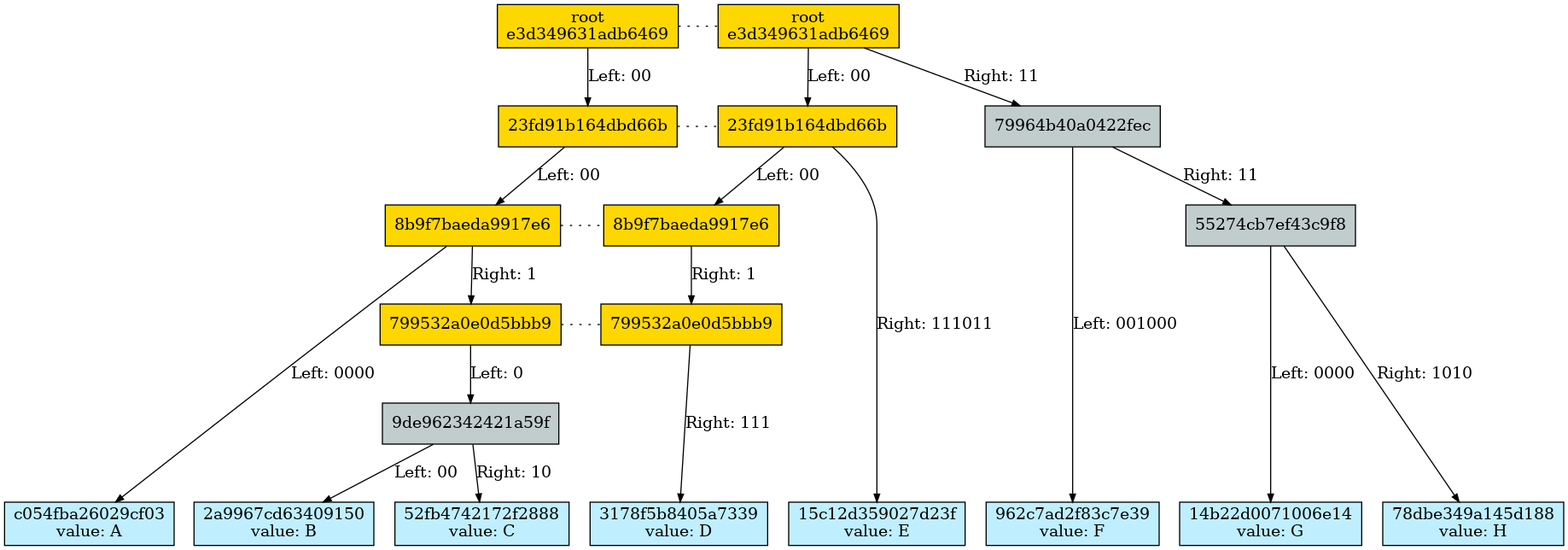
Above: docs/merkle_tree/split_details/6_split_4.dot.png in juicebox-systems/juicebox-hsm-realm (Graphviz), before the change. Its source is kept beside it as docs/merkle_tree/split_details/6_split_4.dot.
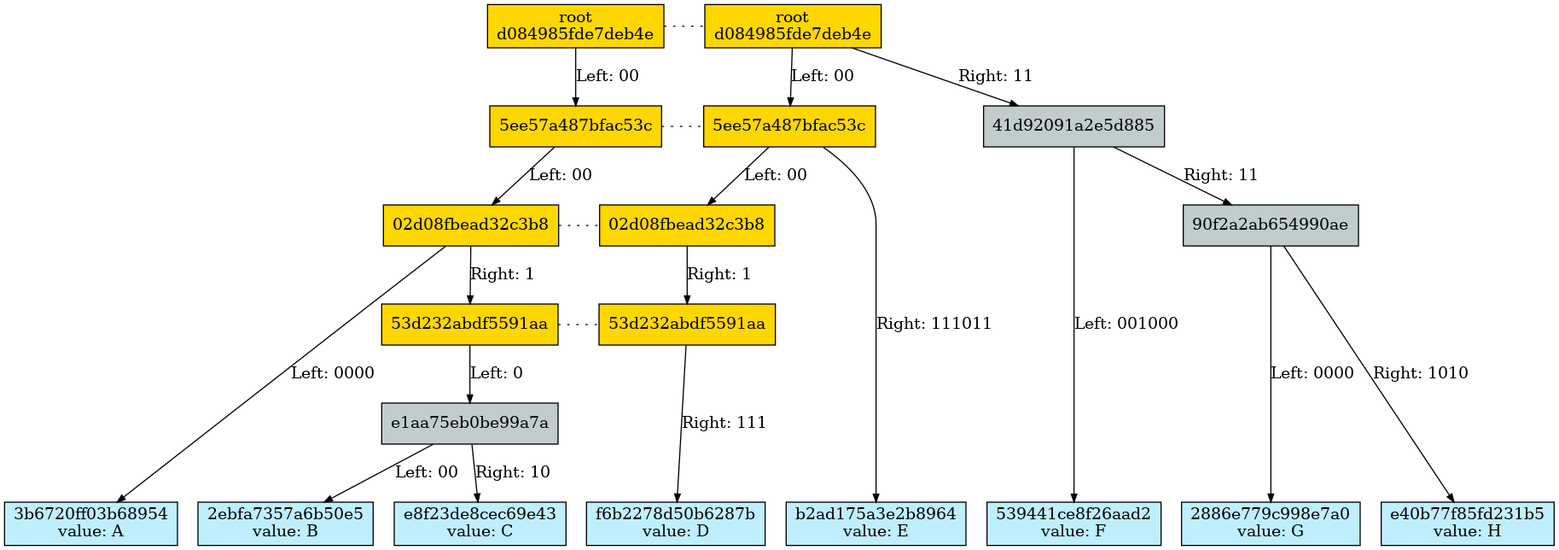
After the change.

Diff of the diagram source:
```diff
@@ -1,103 +1,103 @@
 Digraph merkletree {
 
-he3d349631adb6469_2 [fillcolor=gold1 label="root\ne3d349631adb6469" ordering=out shape=box style=filled ];
-h23fd91b164dbd66b_2 [fillcolor=gold1 label="23fd91b164dbd66b" ordering=out shape=box style=filled ];
-h8b9f7baeda9917e6_2 [fillcolor=gold1 label="8b9f7baeda9917e6" ordering=out shape=box style=filled ];
-h799532a0e0d5bbb9_2 [fillcolor=gold1 label="799532a0e0d5bbb9" ordering=out shape=box style=filled ];
-he3d349631adb6469_2 -> h23fd91b164dbd66b_2 [arrowsize=0.7 label="Left: 00\l" nojustify=true ];
-he3d349631adb6469 -> h23fd91b164dbd66b [arrowsize=0.7 label="Left: 00\l" nojustify=true ];
-h23fd91b164dbd66b_2 -> h8b9f7baeda9917e6_2 [arrowsize=0.7 label="Left: 00\l" nojustify=true ];
-h23fd91b164dbd66b -> h8b9f7baeda9917e6 [arrowsize=0.7 label="Left: 00\l" nojustify=true ];
-h8b9f7baeda9917e6_2 -> hc054fba26029cf03 [arrowsize=0.7 label="Left: 0000" nojustify=true ];
-h8b9f7baeda9917e6_2 -> h799532a0e0d5bbb9_2 [arrowsize=0.7 label="Right: 1\l" nojustify=true ];
-h8b9f7baeda9917e6 -> h799532a0e0d5bbb9 [arrowsize=0.7 label="Right: 1\l" nojustify=true ];
-h799532a0e0d5bbb9_2 -> h9de962342421a59f [arrowsize=0.7 label="Left: 0\l" nojustify=true ];
-h9de962342421a59f -> h2a9967cd63409150 [arrowsize=0.7 label="Left: 00" nojustify=true ];
-h9de962342421a59f -> h52fb4742172f2888 [arrowsize=0.7 label="Right: 10" nojustify=true ];
-h799532a0e0d5bbb9 -> h3178f5b8405a7339 [arrowsize=0.7 label="Right: 111" nojustify=true ];
-h23fd91b164dbd66b -> h15c12d359027d23f [arrowsize=0.7 label="Right: 111011" nojustify=true ];
-he3d349631adb6469 -> h79964b40a0422fec [arrowsize=0.7 label="Right: 11\l" nojustify=true ];
-h79964b40a0422fec -> h962c7ad2f83c7e39 [arrowsize=0.7 label="Left: 001000" nojustify=true ];
-h79964b40a0422fec -> h55274cb7ef43c9f8 [arrowsize=0.7 label="Right: 11\l" nojustify=true ];
-h55274cb7ef43c9f8 -> h14b22d0071006e14 [arrowsize=0.7 label="Left: 0000" nojustify=true ];
-h55274cb7ef43c9f8 -> h78dbe349a145d188 [arrowsize=0.7 label="Right: 1010" nojustify=true ];
+hd084985fde7deb4e_2 [fillcolor=gold1 label="root\nd084985fde7deb4e" ordering=out shape=box style=filled ];
+h5ee57a487bfac53c_2 [fillcolor=gold1 label="5ee57a487bfac53c" ordering=out shape=box style=filled ];
+h02d08fbead32c3b8_2 [fillcolor=gold1 label="02d08fbead32c3b8" ordering=out shape=box style=filled ];
+h53d232abdf5591aa_2 [fillcolor=gold1 label="53d232abdf5591aa" ordering=out shape=box style=filled ];
+hd084985fde7deb4e_2 -> h5ee57a487bfac53c_2 [arrowsize=0.7 label="Left: 00" nojustify=true ];
+hd084985fde7deb4e -> h5ee57a487bfac53c [arrowsize=0.7 label="Left: 00" nojustify=true ];
+h5ee57a487bfac53c_2 -> h02d08fbead32c3b8_2 [arrowsize=0.7 label="Left: 00" nojustify=true ];
+h5ee57a487bfac53c -> h02d08fbead32c3b8 [arrowsize=0.7 label="Left: 00" nojustify=true ];
+h02d08fbead32c3b8_2 -> h3b6720ff03b68954 [arrowsize=0.7 label="Left: 0000" nojustify=true ];
+h02d08fbead32c3b8_2 -> h53d232abdf5591aa_2 [arrowsize=0.7 label="Right: 1" nojustify=true ];
+h02d08fbead32c3b8 -> h53d232abdf5591aa [arrowsize=0.7 label="Right: 1" nojustify=true ];
+h53d232abdf5591aa_2 -> he1aa75eb0be99a7a [arrowsize=0.7 label="Left: 0" nojustify=true ];
+he1aa75eb0be99a7a -> h2ebfa7357a6b50e5 [arrowsize=0.7 label="Left: 00" nojustify=true ];
+he1aa75eb0be99a7a -> he8f23de8cec69e43 [arrowsize=0.7 label="Right: 10" nojustify=true ];
+h53d232abdf5591aa -> hf6b2278d50b6287b [arrowsize=0.7 label="Right: 111" nojustify=true ];
+h5ee57a487bfac53c -> hb2ad175a3e2b8964 [arrowsize=0.7 label="Right: 111011" nojustify=true ];
+hd084985fde7deb4e -> h41d92091a2e5d885 [arrowsize=0.7 label="Right: 11" nojustify=true ];
+h41d92091a2e5d885 -> h539441ce8f26aad2 [arrowsize=0.7 label="Left: 001000" nojustify=true ];
+h41d92091a2e5d885 -> h90f2a2ab654990ae [arrowsize=0.7 label="Right: 11" nojustify=true ];
+h90f2a2ab654990ae -> h2886e779c998e7a0 [arrowsize=0.7 label="Left: 0000" nojustify=true ];
+h90f2a2ab654990ae -> he40b77f85fd231b5 [arrowsize=0.7 label="Right: 1010" nojustify=true ];
 
 Subgraph depth_0 {
 rank=same
 
-he3d349631adb6469 [fillcolor=gold1 label="root\ne3d349631adb6469" ordering=out shape=box style=filled ];
+hd084985fde7deb4e [fillcolor=gold1 label="root\nd084985fde7deb4e" ordering=out shape=box style=filled ];
 }
 
 
 Subgraph depth_2 {
 rank=same
 
-h23fd91b164dbd66b [fillcolor=gold1 label="23fd91b164dbd66b" ordering=out shape=box style=filled ];
-h79964b40a0422fec [fillcolor=azure3 label="79964b40a0422fec" ordering=out shape=box style=filled ];
+h5ee57a487bfac53c [fillcolor=gold1 label="5ee57a487bfac53c" ordering=out shape=box style=filled ];
+h41d92091a2e5d885 [fillcolor=azure3 label="41d92091a2e5d885" ordering=out shape=box style=filled ];
 }
 
 
 Subgraph depth_4 {
 rank=same
 
-h8b9f7baeda9917e6 [fillcolor=gold1 label="8b9f7baeda9917e6" ordering=out shape=box style=filled ];
-h55274cb7ef43c9f8 [fillcolor=azure3 label="55274cb7ef43c9f8" ordering=out shape=box style=filled ];
+h02d08fbead32c3b8 [fillcolor=gold1 label="02d08fbead32c3b8" ordering=out shape=box style=filled ];
+h90f2a2ab654990ae [fillcolor=azure3 label="90f2a2ab654990ae" ordering=out shape=box style=filled ];
 }
 
 
 Subgraph depth_256 {
 rank=same
 
-hc054fba26029cf03 [fillcolor=lightblue1 label="c054fba26029cf03\nvalue: A" ordering=out shape=box style=filled ];
-h2a9967cd63409150 [fillcolor=lightblue1 label="2a9967cd63409150\nvalue: B" ordering=out shape=box style=filled ];
-h52fb4742172f2888 [fillcolor=lightblue1 label="52fb4742172f2888\nvalue: C" ordering=out shape=box style=filled ];
-h3178f5b8405a7339 [fillcolor=lightblue1 label="3178f5b8405a7339\nvalue: D" ordering=out shape=box style=filled ];
-h15c12d359027d23f [fillcolor=lightblue1 label="15c12d359027d23f\nvalue: E" ordering=out shape=box style=filled ];
-h962c7ad2f83c7e39 [fillcolor=lightblue1 label="962c7ad2f83c7e39\nvalue: F" ordering=out shape=box style=filled ];
-h14b22d0071006e14 [fillcolor=lightblue1 label="14b22d0071006e14\nvalue: G" ordering=out shape=box style=filled ];
-h78dbe349a145d188 [fillcolor=lightblue1 label="78dbe349a145d188\nvalue: H" ordering=out shape=box style=filled ];
+h3b6720ff03b68954 [fillcolor=lightblue1 label="3b6720ff03b68954\nvalue: A" ordering=out shape=box style=filled ];
+h2ebfa7357a6b50e5 [fillcolor=lightblue1 label="2ebfa7357a6b50e5\nvalue: B" ordering=out shape=box style=filled ];
+he8f23de8cec69e43 [fillcolor=lightblue1 label="e8f23de8cec69e43\nvalue: C" ordering=out shape=box style=filled ];
+hf6b2278d50b6287b [fillcolor=lightblue1 label="f6b2278d50b6287b\nvalue: D" ordering=out shape=box style=filled ];
+hb2ad175a3e2b8964 [fillcolor=lightblue1 label="b2ad175a3e2b8964\nvalue: E" ordering=out shape=box style=filled ];
+h539441ce8f26aad2 [fillcolor=lightblue1 label="539441ce8f26aad2\nvalue: F" ordering=out shape=box style=filled ];
+h2886e779c998e7a0 [fillcolor=lightblue1 label="2886e779c998e7a0\nvalue: G" ordering=out shape=box style=filled ];
+he40b77f85fd231b5 [fillcolor=lightblue1 label="e40b77f85fd231b5\nvalue: H" ordering=out shape=box style=filled ];
 }
 
 
 Subgraph depth_5 {
 rank=same
 
-h799532a0e0d5bbb9 [fillcolor=gold1 label="799532a0e0d5bbb9" ordering=out shape=box style=filled ];
+h53d232abdf5591aa [fillcolor=gold1 label="53d232abdf5591aa" ordering=out shape=box style=filled ];
 }
 
 
 Subgraph depth_6 {
 rank=same
 
-h9de962342421a59f [fillcolor=azure3 label="9de962342421a59f" ordering=out shape=box style=filled ];
+he1aa75eb0be99a7a [fillcolor=azure3 label="e1aa75eb0be99a7a" ordering=out shape=box style=filled ];
 }
 
 
-Subgraph split_799532a0e0d5bbb9 {
+Subgraph split_53d232abdf5591aa {
 rank=same
 
-h799532a0e0d5bbb9_2 -> h799532a0e0d5bbb9 [arrowhead=none arrowtail=none dir=both style=dotted ];
+h53d232abdf5591aa_2 -> h53d232abdf5591aa [arrowhead=none arrowtail=none dir=both style=dotted ];
 }
 
 
-Subgraph split_8b9f7baeda9917e6 {
+Subgraph split_02d08fbead32c3b8 {
 rank=same
 
-h8b9f7baeda9917e6_2 -> h8b9f7baeda9917e6 [arrowhead=none arrowtail=none dir=both style=dotted ];
+h02d08fbead32c3b8_2 -> h02d08fbead32c3b8 [arrowhead=none arrowtail=none dir=both style=dotted ];
 }
 
 
-Subgraph split_23fd91b164dbd66b {
+Subgraph split_5ee57a487bfac53c {
 rank=same
 
-h23fd91b164dbd66b_2 -> h23fd91b164dbd66b [arrowhead=none arrowtail=none dir=both style=dotted ];
+h5ee57a487bfac53c_2 -> h5ee57a487bfac53c [arrowhead=none arrowtail=none dir=both style=dotted ];
 }
 
 
-Subgraph split_e3d349631adb6469 {
+Subgraph split_d084985fde7deb4e {
 rank=same
 
-he3d349631adb6469_2 -> he3d349631adb6469 [arrowhead=none arrowtail=none dir=both style=dotted ];
+hd084985fde7deb4e_2 -> hd084985fde7deb4e [arrowhead=none arrowtail=none dir=both style=dotted ];
 }
 
 }
```
